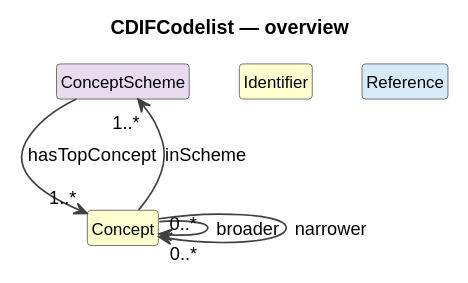
The PlantUML diagram cdif-uml-model/CDIFCodelist/index.svg in Cross-Domain-Interoperability-Framework/metadataBuildingBlocks, before a commit.
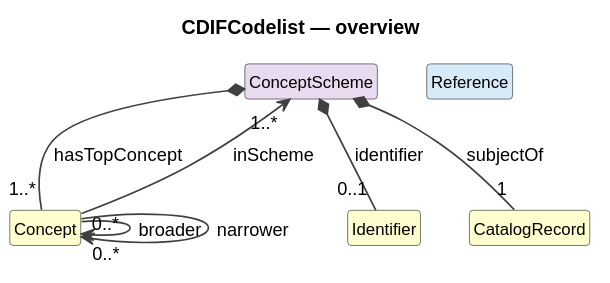
After the change.

What changed in the source:
```diff
@@ -13,8 +13,11 @@
 class "ConceptScheme" as ConceptScheme #E8DAEF
 class "Concept" as Concept #FEFECE
 class "Identifier" as Identifier #FEFECE
+class "CatalogRecord" as CatalogRecord #FEFECE
 class "Reference" as Reference #D6EAF8
-ConceptScheme --> "1..*" Concept : hasTopConcept
+ConceptScheme *-- "1" CatalogRecord : subjectOf
+ConceptScheme *-- "0..1" Identifier : identifier
+ConceptScheme *-- "1..*" Concept : hasTopConcept
 Concept --> "1..*" ConceptScheme : inScheme
 Concept --> "0..*" Concept : broader
 Concept --> "0..*" Concept : narrower
```
